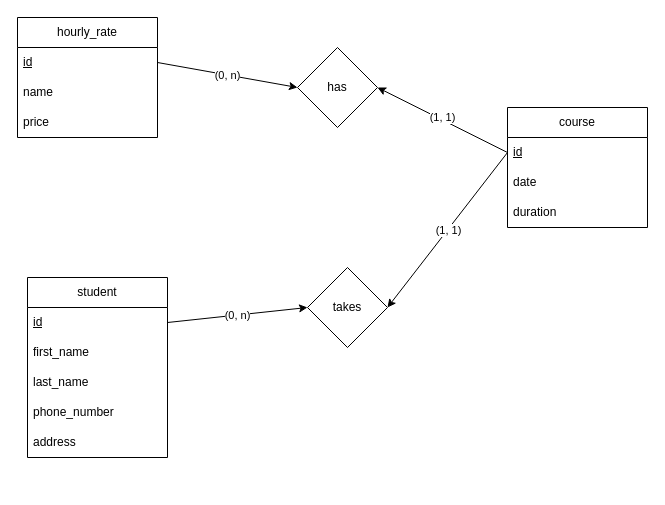
Before: Diagramme ER.drawio in ArmisBoofis/gestionnaire_cours_particuliers, a draw.io diagram. Source tidied: cells renumbered, new cells numbered last; positions are measured from the earlier drawing's top-left corner, leaving out a move shared by most shapes. Both pictures are drawn from the tidied source at 100%, with x=0, y=0 at pixel (17, 17).
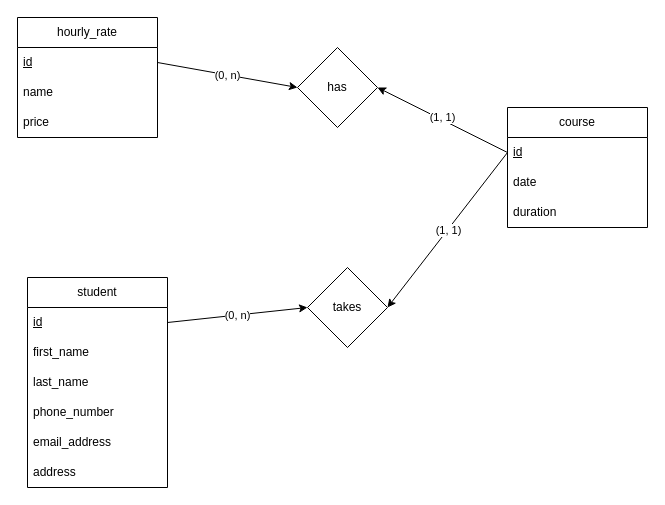
Above is the later version.

Diff of the diagram source:
```diff
@@
     <mxCell id="2" value="student" style="swimlane;fontStyle=0;horizontal=1;startSize=30;whiteSpace=wrap;html=1;" parent="1" vertex="1">
-      <mxGeometry x="10" y="260" width="140" height="180" as="geometry" />
+      <mxGeometry x="10" y="260" width="140" height="210" as="geometry" />
     </mxCell>
@@
+    <mxCell id="25" value="email_address" style="text;strokeColor=none;fillColor=none;align=left;verticalAlign=middle;spacingLeft=4;spacingRight=4;overflow=hidden;whiteSpace=wrap;html=1;" parent="2" vertex="1">
+      <mxGeometry y="150" width="140" height="30" as="geometry" />
+    </mxCell>
     <mxCell id="7" value="address" style="text;strokeColor=none;fillColor=none;align=left;verticalAlign=middle;spacingLeft=4;spacingRight=4;overflow=hidden;whiteSpace=wrap;html=1;" parent="2" vertex="1">
-      <mxGeometry y="150" width="140" height="30" as="geometry" />
+      <mxGeometry y="180" width="140" height="30" as="geometry" />
     </mxCell>
```
